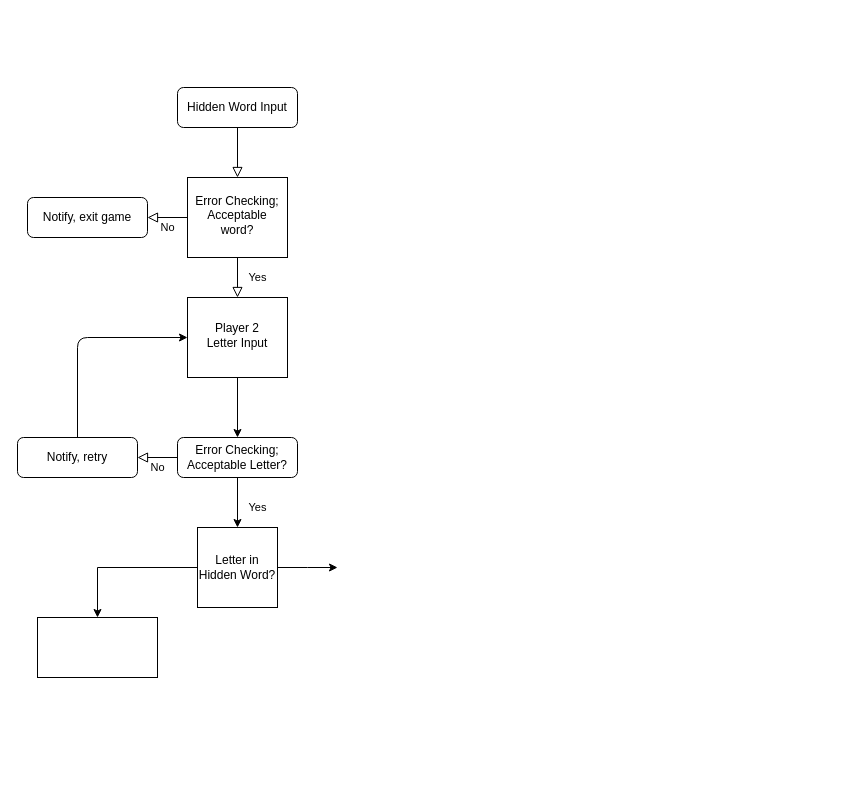
Above: hangman.drawio in michaelp584/Misc-Reference-Scripts (draw.io), before the change. Source tidied: cells renumbered, new cells numbered last; positions are measured from the earlier drawing's top-left corner, leaving out a move shared by most shapes. Both pictures are drawn from the tidied source at 100%, with x=0, y=0 at pixel (17, 87).
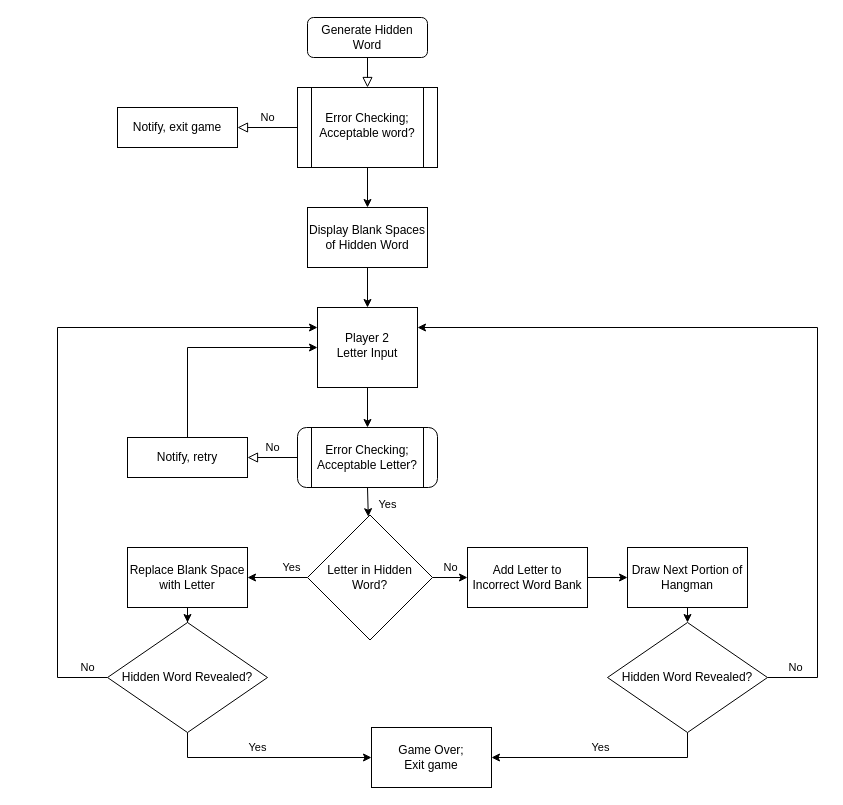
The same page after the edit.

The edit, as a diff of the source:
```diff
@@
-    <mxCell id="3" value="Hidden Word Input" style="rounded=1;whiteSpace=wrap;html=1;fontSize=12;glass=0;strokeWidth=1;shadow=0;" parent="1" vertex="1">
-      <mxGeometry x="160" width="120" height="40" as="geometry" />
+    <mxCell id="3" value="Generate Hidden Word" style="rounded=1;whiteSpace=wrap;html=1;fontSize=12;glass=0;strokeWidth=1;shadow=0;" parent="1" vertex="1">
+      <mxGeometry x="290" y="-70" width="120" height="40" as="geometry" />
     </mxCell>
-    <mxCell id="4" value="Yes" style="rounded=0;html=1;jettySize=auto;fontSize=11;endArrow=block;endFill=0;endSize=8;strokeWidth=1;shadow=0;labelBackgroundColor=none;edgeStyle=orthogonalEdgeStyle;" parent="1" edge="1" source="6" target="8">
-      <mxGeometry y="20" relative="1" as="geometry" />
-    </mxCell>
     <mxCell id="5" value="No" style="edgeStyle=orthogonalEdgeStyle;rounded=0;html=1;jettySize=auto;fontSize=11;endArrow=block;endFill=0;endSize=8;strokeWidth=1;shadow=0;labelBackgroundColor=none;" parent="1" edge="1" source="6" target="7">
-      <mxGeometry y="10" relative="1" as="geometry" />
+      <mxGeometry y="-10" relative="1" as="geometry" />
     </mxCell>
+    <mxCell id="19" style="edgeStyle=orthogonalEdgeStyle;rounded=0;jettySize=auto;html=1;entryX=0.5;entryY=0;entryDx=0;entryDy=0;" parent="1" edge="1" source="6" target="32">
+      <mxGeometry relative="1" as="geometry" />
+    </mxCell>
-    <mxCell id="6" value="Error Checking; Acceptable word?" style="square;whiteSpace=wrap;html=1;shadow=0;fontFamily=Helvetica;fontSize=12;align=center;strokeWidth=1;spacing=6;spacingTop=-4;" parent="1" vertex="1">
-      <mxGeometry x="170" y="90" width="100" height="80" as="geometry" />
+    <mxCell id="6" value="Error Checking; Acceptable word?" style="shape=process;whiteSpace=wrap;html=1;shadow=0;fontFamily=Helvetica;fontSize=12;align=center;strokeWidth=1;spacing=6;spacingTop=-4;" parent="1" vertex="1">
+      <mxGeometry x="280" width="140" height="80" as="geometry" />
     </mxCell>
-    <mxCell id="7" value="Notify, exit game" style="rounded=1;whiteSpace=wrap;html=1;fontSize=12;glass=0;strokeWidth=1;shadow=0;" parent="1" vertex="1">
-      <mxGeometry x="10" y="110" width="120" height="40" as="geometry" />
+    <mxCell id="7" value="Notify, exit game" style="rounded=0;whiteSpace=wrap;html=1;fontSize=12;glass=0;strokeWidth=1;shadow=0;" parent="1" vertex="1">
+      <mxGeometry x="100" y="20" width="120" height="40" as="geometry" />
     </mxCell>
     <mxCell id="8" value="&lt;div&gt;Player 2&lt;/div&gt;&lt;div&gt;Letter Input&lt;br&gt;&lt;/div&gt;" style="square;whiteSpace=wrap;html=1;shadow=0;fontFamily=Helvetica;fontSize=12;align=center;strokeWidth=1;spacing=6;spacingTop=-4;" parent="1" vertex="1">
-      <mxGeometry x="170" y="210" width="100" height="80" as="geometry" />
+      <mxGeometry x="300" y="220" width="100" height="80" as="geometry" />
     </mxCell>
-    <mxCell id="9" value="&lt;div&gt;Error Checking; &lt;br&gt;&lt;/div&gt;&lt;div&gt;Acceptable Letter?&lt;/div&gt;" style="rounded=1;whiteSpace=wrap;html=1;fontSize=12;glass=0;strokeWidth=1;shadow=0;" parent="1" vertex="1">
-      <mxGeometry x="160" y="350" width="120" height="40" as="geometry" />
+    <mxCell id="9" value="&lt;div&gt;Error Checking; &lt;br&gt;&lt;/div&gt;&lt;div&gt;Acceptable Letter?&lt;/div&gt;" style="shape=process;rounded=1;whiteSpace=wrap;html=1;fontSize=12;glass=0;strokeWidth=1;shadow=0;" parent="1" vertex="1">
+      <mxGeometry x="280" y="340" width="140" height="60" as="geometry" />
     </mxCell>
-    <mxCell id="10" style="edgeStyle=orthogonalEdgeStyle;rounded=0;jettySize=auto;html=1;" parent="1" edge="1" source="12" target="18">
-      <mxGeometry relative="1" as="geometry" />
+    <mxCell id="10" value="Yes" style="edgeStyle=orthogonalEdgeStyle;rounded=0;jettySize=auto;html=1;" parent="1" edge="1" source="12" target="18">
+      <mxGeometry x="-0.47" y="-10" relative="1" as="geometry" />
     </mxCell>
-    <mxCell id="11" style="edgeStyle=orthogonalEdgeStyle;rounded=0;jettySize=auto;html=1;exitX=1;exitY=0.5;exitDx=0;exitDy=0;" parent="1" edge="1" source="12">
-      <mxGeometry relative="1" as="geometry">
-        <mxPoint x="320" y="480" as="targetPoint" />
+    <mxCell id="11" value="No" style="edgeStyle=orthogonalEdgeStyle;rounded=0;jettySize=auto;html=1;exitX=1;exitY=0.5;exitDx=0;exitDy=0;" parent="1" edge="1" source="12">
+      <mxGeometry y="10" relative="1" as="geometry">
+        <mxPoint x="450" y="490" as="targetPoint" />
       </mxGeometry>
     </mxCell>
-    <mxCell id="12" value="Letter in Hidden Word?" style="whiteSpace=wrap;html=1;" parent="1" vertex="1">
-      <mxGeometry x="180" y="440" width="80" height="80" as="geometry" />
+    <mxCell id="12" value="Letter in Hidden Word?" style="rhombus;whiteSpace=wrap;html=1;" parent="1" vertex="1">
+      <mxGeometry x="290" y="427.5" width="125" height="125" as="geometry" />
     </mxCell>
@@
-    <mxCell id="14" value="&lt;div&gt;Notify, retry&lt;/div&gt;" style="rounded=1;whiteSpace=wrap;html=1;fontSize=12;glass=0;strokeWidth=1;shadow=0;" parent="1" vertex="1">
-      <mxGeometry y="350" width="120" height="40" as="geometry" />
+    <mxCell id="14" value="&lt;div&gt;Notify, retry&lt;/div&gt;" style="rounded=0;whiteSpace=wrap;html=1;fontSize=12;glass=0;strokeWidth=1;shadow=0;" parent="1" vertex="1">
+      <mxGeometry x="110" y="350" width="120" height="40" as="geometry" />
     </mxCell>
     <mxCell id="15" value="No" style="edgeStyle=orthogonalEdgeStyle;rounded=0;html=1;jettySize=auto;fontSize=11;endArrow=block;endFill=0;endSize=8;strokeWidth=1;shadow=0;labelBackgroundColor=none;exitX=0;exitY=0.5;exitDx=0;exitDy=0;entryX=1;entryY=0.5;entryDx=0;entryDy=0;" parent="1" edge="1" source="9" target="14">
-      <mxGeometry y="10" relative="1" as="geometry" />
+      <mxGeometry y="-10" relative="1" as="geometry" />
     </mxCell>
-    <mxCell id="16" style="endArrow=classic;html=1;exitX=0.5;exitY=0;exitDx=0;exitDy=0;entryX=0;entryY=0.5;entryDx=0;entryDy=0;" parent="1" edge="1" source="14" target="8">
+    <mxCell id="16" style="endArrow=classic;html=1;exitX=0.5;exitY=0;exitDx=0;exitDy=0;entryX=0;entryY=0.5;entryDx=0;entryDy=0;rounded=0;" parent="1" edge="1" source="14" target="8">
       <mxGeometry relative="1" as="geometry">
         <Array as="points">
-          <mxPoint x="60" y="250" />
+          <mxPoint x="170" y="260" />
         </Array>
       </mxGeometry>
     </mxCell>
@@
+    <mxCell id="20" style="edgeStyle=orthogonalEdgeStyle;rounded=0;jettySize=auto;html=1;exitX=0.5;exitY=1;exitDx=0;exitDy=0;" parent="1" edge="1" source="18" target="29">
+      <mxGeometry relative="1" as="geometry" />
+    </mxCell>
-    <mxCell id="18" style="whiteSpace=wrap;html=1;" parent="1" vertex="1">
-      <mxGeometry x="20" y="530" width="120" height="60" as="geometry" />
+    <mxCell id="18" value="Replace Blank Space with Letter" style="whiteSpace=wrap;html=1;" parent="1" vertex="1">
+      <mxGeometry x="110" y="460" width="120" height="60" as="geometry" />
     </mxCell>
+    <mxCell id="21" style="edgeStyle=orthogonalEdgeStyle;rounded=0;jettySize=auto;html=1;" parent="1" edge="1" source="22" target="24">
+      <mxGeometry relative="1" as="geometry" />
+    </mxCell>
+    <mxCell id="22" value="Add Letter to Incorrect Word Bank" style="rounded=0;whiteSpace=wrap;html=1;" parent="1" vertex="1">
+      <mxGeometry x="450" y="460" width="120" height="60" as="geometry" />
+    </mxCell>
+    <mxCell id="23" style="edgeStyle=orthogonalEdgeStyle;rounded=0;jettySize=auto;html=1;exitX=0.5;exitY=1;exitDx=0;exitDy=0;entryX=0.5;entryY=0;entryDx=0;entryDy=0;" parent="1" edge="1" source="24" target="33">
+      <mxGeometry relative="1" as="geometry" />
+    </mxCell>
+    <mxCell id="24" value="&lt;div&gt;Draw Next Portion of Hangman&lt;/div&gt;" style="rounded=0;whiteSpace=wrap;html=1;" parent="1" vertex="1">
+      <mxGeometry x="610" y="460" width="120" height="60" as="geometry" />
+    </mxCell>
+    <mxCell id="25" value="Yes" style="edgeStyle=orthogonalEdgeStyle;rounded=0;jettySize=auto;html=1;exitX=0.5;exitY=1;exitDx=0;exitDy=0;entryX=1;entryY=0.5;entryDx=0;entryDy=0;" parent="1" edge="1" source="33" target="30">
+      <mxGeometry x="0.01" y="-10" relative="1" as="geometry">
+        <Array as="points">
+          <mxPoint x="670" y="670" />
+        </Array>
+      </mxGeometry>
+    </mxCell>
+    <mxCell id="26" value="No" style="edgeStyle=orthogonalEdgeStyle;rounded=0;jettySize=auto;html=1;entryX=1;entryY=0.25;entryDx=0;entryDy=0;exitX=1;exitY=0.5;exitDx=0;exitDy=0;" parent="1" edge="1" source="33" target="8">
+      <mxGeometry x="-0.93" y="10" relative="1" as="geometry">
+        <Array as="points">
+          <mxPoint x="800" y="590" />
+          <mxPoint x="800" y="240" />
+        </Array>
+      </mxGeometry>
+    </mxCell>
+    <mxCell id="27" value="Yes" style="edgeStyle=orthogonalEdgeStyle;rounded=0;jettySize=auto;html=1;" parent="1" edge="1" source="29" target="30">
+      <mxGeometry x="-0.09" y="10" relative="1" as="geometry">
+        <Array as="points">
+          <mxPoint x="170" y="670" />
+        </Array>
+      </mxGeometry>
+    </mxCell>
+    <mxCell id="28" value="No" style="edgeStyle=orthogonalEdgeStyle;rounded=0;jettySize=auto;html=1;entryX=0;entryY=0.25;entryDx=0;entryDy=0;" parent="1" edge="1" source="29" target="8">
+      <mxGeometry x="-0.94" y="-10" relative="1" as="geometry">
+        <Array as="points">
+          <mxPoint x="40" y="590" />
+          <mxPoint x="40" y="240" />
+        </Array>
+      </mxGeometry>
+    </mxCell>
+    <mxCell id="29" value="Hidden Word Revealed?" style="rhombus;rounded=0;whiteSpace=wrap;html=1;" parent="1" vertex="1">
+      <mxGeometry x="90" y="535" width="160" height="110" as="geometry" />
+    </mxCell>
+    <mxCell id="30" value="&lt;div&gt;Game Over; &lt;br&gt;&lt;/div&gt;&lt;div&gt;Exit game&lt;br&gt;&lt;/div&gt;" style="rounded=0;whiteSpace=wrap;html=1;" parent="1" vertex="1">
+      <mxGeometry x="354" y="640" width="120" height="60" as="geometry" />
+    </mxCell>
+    <mxCell id="31" style="edgeStyle=orthogonalEdgeStyle;rounded=0;jettySize=auto;html=1;entryX=0.5;entryY=0;entryDx=0;entryDy=0;" parent="1" edge="1" source="32" target="8">
+      <mxGeometry relative="1" as="geometry" />
+    </mxCell>
+    <mxCell id="32" value="Display Blank Spaces of Hidden Word" style="rounded=0;whiteSpace=wrap;html=1;" parent="1" vertex="1">
+      <mxGeometry x="290" y="120" width="120" height="60" as="geometry" />
+    </mxCell>
+    <mxCell id="33" value="Hidden Word Revealed?" style="rhombus;rounded=0;whiteSpace=wrap;html=1;" parent="1" vertex="1">
+      <mxGeometry x="590" y="535" width="160" height="110" as="geometry" />
+    </mxCell>
```
